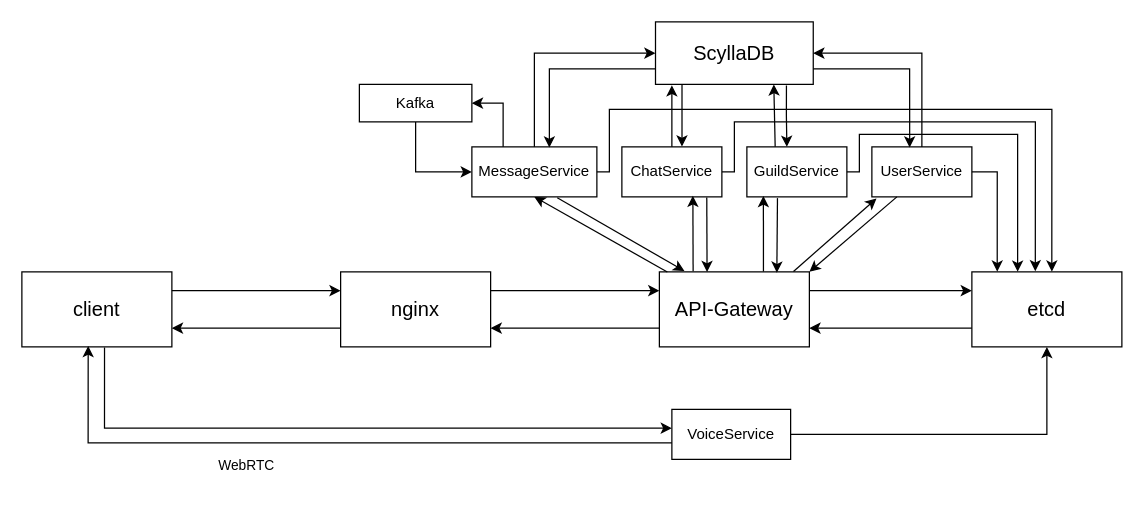
Above: project_scheme.drawio in reddiridabl666/TP2023-Highload (draw.io), before the change. Source tidied: cells renumbered, new cells numbered last; positions are measured from the earlier drawing's top-left corner, leaving out a move shared by most shapes. Both pictures are drawn from the tidied source at 125%, with x=0, y=0 at pixel (21, 21).
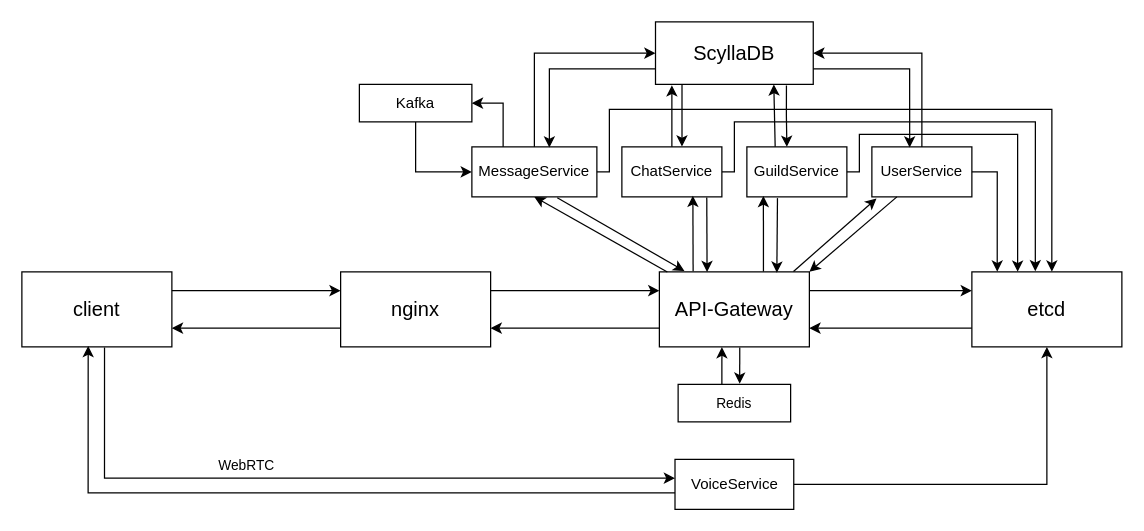
The same page after the edit.

The change refers to these unchanged cells:
```xml
<mxCell id="7" value="&lt;font style=&quot;font-size: 16px;&quot;&gt;API-Gateway&lt;/font&gt;" style="rounded=0;whiteSpace=wrap;html=1;" parent="1" vertex="1">
  <mxGeometry x="510" y="200" width="120" height="60" as="geometry" />
</mxCell>
<mxCell id="10" value="&lt;font style=&quot;font-size: 16px;&quot;&gt;etcd&lt;/font&gt;" style="rounded=0;whiteSpace=wrap;html=1;" parent="1" vertex="1">
  <mxGeometry x="760" y="200" width="120" height="60" as="geometry" />
</mxCell>
```

The edit, as a diff of the source:
```diff
@@
     <mxCell id="20" style="edgeStyle=orthogonalEdgeStyle;jettySize=auto;html=1;exitX=1;exitY=0.5;exitDx=0;exitDy=0;rounded=0;entryX=0.5;entryY=1;entryDx=0;entryDy=0;" parent="1" edge="1" source="22" target="10">
       <mxGeometry relative="1" as="geometry">
         <Array as="points">
-          <mxPoint x="820" y="330" />
+          <mxPoint x="820" y="370" />
         </Array>
       </mxGeometry>
     </mxCell>
@@
     <mxCell id="22" value="&lt;font style=&quot;font-size: 12px;&quot;&gt;VoiceService&lt;/font&gt;" style="rounded=0;whiteSpace=wrap;html=1;" parent="1" vertex="1">
-      <mxGeometry x="520" y="310" width="95" height="40" as="geometry" />
+      <mxGeometry x="522.5" y="350" width="95" height="40" as="geometry" />
     </mxCell>
@@
+    <mxCell id="45" value="Redis" style="rounded=0;whiteSpace=wrap;html=1;fontFamily=Helvetica;fontSize=11;fontColor=default;" parent="1" vertex="1">
+      <mxGeometry x="525" y="290" width="90" height="30" as="geometry" />
+    </mxCell>
+    <mxCell id="46" style="edgeStyle=orthogonalEdgeStyle;shape=connector;rounded=0;jettySize=auto;html=1;entryX=0.417;entryY=1.003;entryDx=0;entryDy=0;entryPerimeter=0;labelBackgroundColor=default;strokeColor=default;align=center;verticalAlign=middle;fontFamily=Helvetica;fontSize=11;fontColor=default;endArrow=classic;exitX=0.389;exitY=-0.008;exitDx=0;exitDy=0;exitPerimeter=0;" parent="1" edge="1" source="45" target="7">
+      <mxGeometry relative="1" as="geometry" />
+    </mxCell>
+    <mxCell id="47" style="edgeStyle=orthogonalEdgeStyle;shape=connector;rounded=0;jettySize=auto;html=1;labelBackgroundColor=default;strokeColor=default;align=center;verticalAlign=middle;fontFamily=Helvetica;fontSize=11;fontColor=default;endArrow=classic;exitX=0.536;exitY=1.009;exitDx=0;exitDy=0;entryX=0.547;entryY=-0.019;entryDx=0;entryDy=0;exitPerimeter=0;entryPerimeter=0;" parent="1" edge="1" source="7" target="45">
+      <mxGeometry relative="1" as="geometry" />
+    </mxCell>
```
